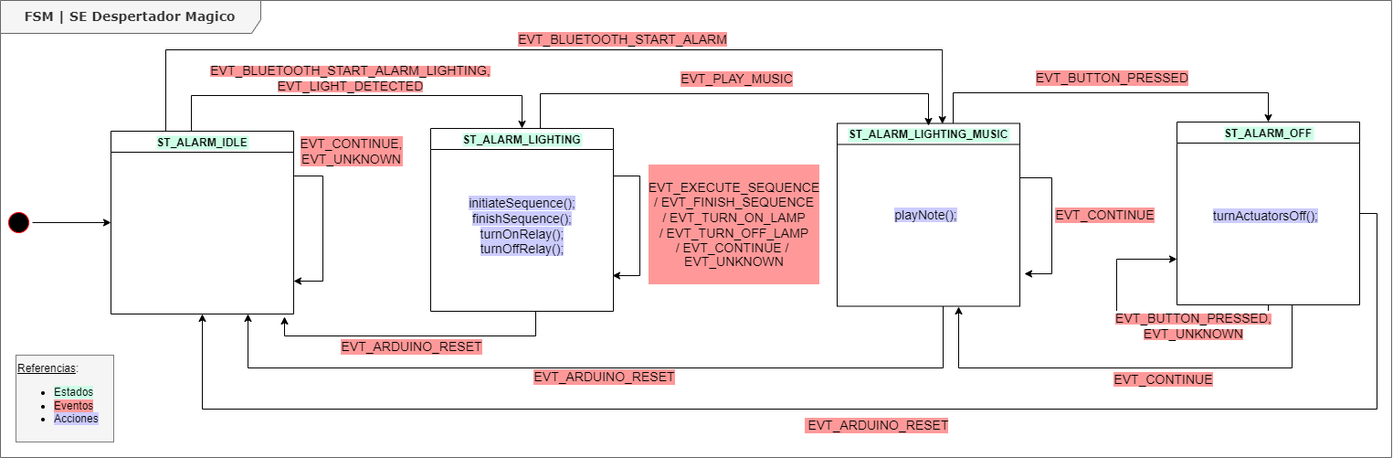
Earlier version of the draw.io export ARDUINO/Img/FSM_Magic_Alarm_Diagrama-de-Estados.png (noelisasha/magic-alarm). Source tidied: cells renumbered, new cells last; positions are measured from the earlier drawing's top-left corner, leaving out a move shared by most shapes.
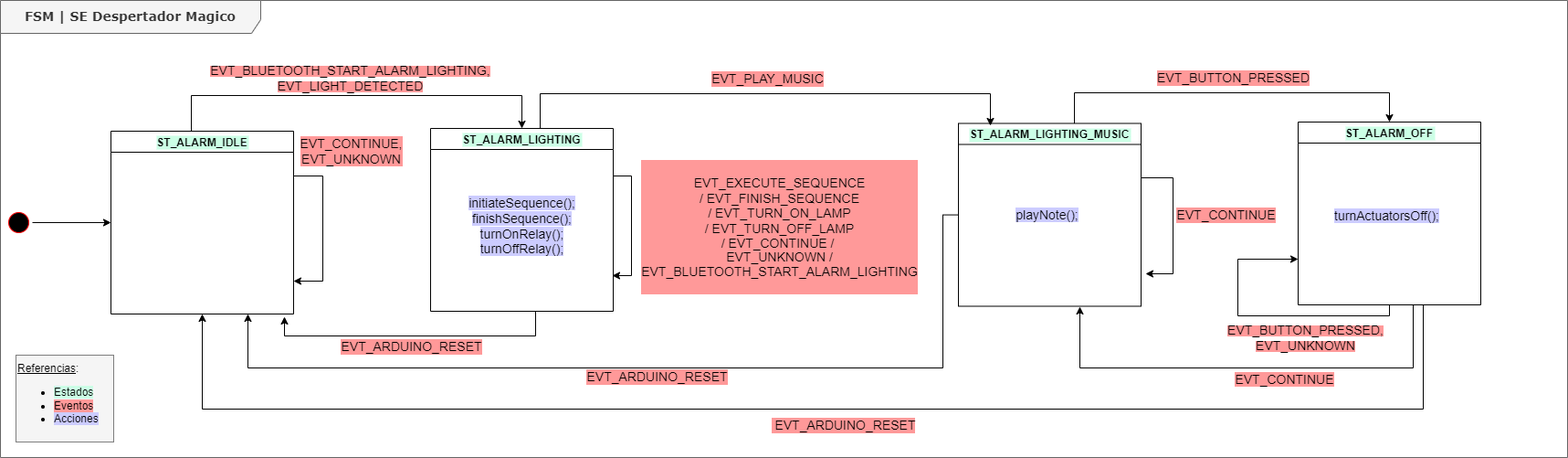
The same diagram one commit later.

The edit, as a diff of the source:
```diff
@@ -3,7 +3,7 @@
     <mxCell id="0" />
     <mxCell id="1" parent="0" />
     <mxCell id="2" value="&lt;b&gt;&lt;font style=&quot;font-size: 14px&quot;&gt;FSM | SE Despertador Magico&lt;/font&gt;&lt;/b&gt;" style="shape=umlFrame;whiteSpace=wrap;html=1;rounded=1;shadow=0;comic=0;labelBackgroundColor=none;strokeWidth=1;fontFamily=Verdana;fontSize=12;align=center;width=285;height=36;fillColor=#f5f5f5;fontColor=#333333;strokeColor=#666666;" parent="1" vertex="1">
-      <mxGeometry width="1523" height="500" as="geometry" />
+      <mxGeometry width="1716" height="500" as="geometry" />
     </mxCell>
     <mxCell id="3" style="edgeStyle=orthogonalEdgeStyle;rounded=0;jettySize=auto;html=1;entryX=0;entryY=0.5;entryDx=0;entryDy=0;fontColor=#000000;" parent="1" edge="1" source="4" target="10">
       <mxGeometry relative="1" as="geometry" />
@@ -33,27 +33,14 @@
         <mxPoint x="-10" y="-26" as="offset" />
       </mxGeometry>
     </mxCell>
-    <mxCell id="8" style="edgeStyle=orthogonalEdgeStyle;rounded=0;jettySize=auto;html=1;entryX=0.576;entryY=0.003;entryDx=0;entryDy=0;entryPerimeter=0;" parent="1" edge="1" source="10" target="14">
-      <mxGeometry relative="1" as="geometry">
-        <Array as="points">
-          <mxPoint x="181" y="54" />
-          <mxPoint x="1031" y="54" />
-        </Array>
-      </mxGeometry>
-    </mxCell>
-    <mxCell id="9" value="&lt;span style=&quot;background-color: rgb(255, 153, 153); font-size: 14px;&quot;&gt;EVT_BLUETOOTH_START_ALARM&lt;/span&gt;" style="edgeLabel;html=1;align=center;verticalAlign=middle;fontSize=14;" parent="8" vertex="1">
-      <mxGeometry x="0.27" y="-1" relative="1" as="geometry">
-        <mxPoint x="-60" y="-13" as="offset" />
-      </mxGeometry>
-    </mxCell>
     <mxCell id="10" value="ST_ALARM_IDLE" style="swimlane;labelBackgroundColor=#CCFFE6;fontColor=#000000;" parent="1" vertex="1">
       <mxGeometry x="121" y="143" width="200" height="200" as="geometry" />
     </mxCell>
     <mxCell id="11" value="&lt;font style=&quot;font-size: 14px&quot;&gt;EVT_BUTTON_PRESSED&lt;/font&gt;" style="edgeStyle=orthogonalEdgeStyle;rounded=0;jettySize=auto;html=1;labelBackgroundColor=#FF9999;fontColor=#000000;" parent="1" edge="1" source="14" target="19">
       <mxGeometry x="0.01" y="16" relative="1" as="geometry">
         <Array as="points">
-          <mxPoint x="1043" y="101" />
-          <mxPoint x="1388" y="101" />
+          <mxPoint x="1176" y="101" />
+          <mxPoint x="1521" y="101" />
         </Array>
       </mxGeometry>
     </mxCell>
@@ -68,15 +55,15 @@
     </mxCell>
     <mxCell id="13" value="&lt;span style=&quot;color: rgb(0 , 0 , 0) ; font-family: &amp;quot;helvetica&amp;quot; ; font-size: 14px ; font-style: normal ; font-weight: 400 ; letter-spacing: normal ; text-align: center ; text-indent: 0px ; text-transform: none ; word-spacing: 0px ; background-color: rgb(255 , 153 , 153) ; display: inline ; float: none&quot;&gt;EVT_CONTINUE&lt;/span&gt;" style="edgeStyle=orthogonalEdgeStyle;rounded=0;jettySize=auto;html=1;labelBackgroundColor=#FF9999;fontSize=14;fontColor=#000000;" parent="1" edge="1" source="14">
       <mxGeometry x="-0.11" y="58" relative="1" as="geometry">
-        <mxPoint x="1121" y="299" as="targetPoint" />
+        <mxPoint x="1254" y="299" as="targetPoint" />
         <Array as="points">
-          <mxPoint x="1151" y="194" />
-          <mxPoint x="1151" y="299" />
+          <mxPoint x="1284" y="194" />
+          <mxPoint x="1284" y="299" />
         </Array>
       </mxGeometry>
     </mxCell>
     <mxCell id="14" value="ST_ALARM_LIGHTING_MUSIC" style="swimlane;labelBackgroundColor=#CCFFE6;fontColor=#000000;" parent="1" vertex="1">
-      <mxGeometry x="916" y="134.5" width="200" height="200" as="geometry" />
+      <mxGeometry x="1049" y="134.5" width="200" height="200" as="geometry" />
     </mxCell>
     <mxCell id="15" value="&lt;span style=&quot;background-color: rgb(204 , 204 , 255)&quot;&gt;playNote();&lt;/span&gt;" style="text;html=1;strokeColor=none;fillColor=none;align=center;verticalAlign=middle;whiteSpace=wrap;rounded=0;labelBackgroundColor=none;fontSize=14;fontColor=#000000;" parent="14" vertex="1">
       <mxGeometry x="22" y="39.5" width="151" height="121" as="geometry" />
@@ -84,20 +71,19 @@
     <mxCell id="16" value="&lt;font style=&quot;&quot;&gt;&lt;font face=&quot;helvetica&quot;&gt;&lt;span style=&quot;font-size: 14px;&quot;&gt;&amp;nbsp;EVT_ARDUINO_RESET&lt;/span&gt;&lt;/font&gt;&lt;/font&gt;" style="edgeStyle=orthogonalEdgeStyle;rounded=0;jettySize=auto;html=1;entryX=0.5;entryY=1;entryDx=0;entryDy=0;labelBackgroundColor=#FF9999;fontColor=#000000;" parent="1" edge="1" source="19" target="10">
       <mxGeometry x="-0.04" y="18" relative="1" as="geometry">
         <Array as="points">
-          <mxPoint x="1507" y="233" />
-          <mxPoint x="1507" y="447" />
+          <mxPoint x="1558" y="447" />
           <mxPoint x="221" y="447" />
         </Array>
       </mxGeometry>
     </mxCell>
     <mxCell id="17" style="edgeStyle=orthogonalEdgeStyle;rounded=0;jettySize=auto;html=1;fontSize=14;exitX=0.25;exitY=1;exitDx=0;exitDy=0;strokeColor=#000000;fontColor=#FF9999;" parent="1" edge="1" source="19">
       <mxGeometry relative="1" as="geometry">
-        <mxPoint x="1049" y="335" as="targetPoint" />
+        <mxPoint x="1182" y="335" as="targetPoint" />
         <Array as="points">
-          <mxPoint x="1414" y="333" />
-          <mxPoint x="1414" y="402" />
-          <mxPoint x="1049" y="402" />
-          <mxPoint x="1049" y="335" />
+          <mxPoint x="1547" y="333" />
+          <mxPoint x="1547" y="402" />
+          <mxPoint x="1182" y="402" />
+          <mxPoint x="1182" y="335" />
         </Array>
       </mxGeometry>
     </mxCell>
@@ -107,15 +93,14 @@
       </mxGeometry>
     </mxCell>
     <mxCell id="19" value="ST_ALARM_OFF" style="swimlane;labelBackgroundColor=#CCFFE6;fontColor=#000000;" parent="1" vertex="1">
-      <mxGeometry x="1288" y="133" width="200" height="200" as="geometry" />
+      <mxGeometry x="1421" y="133" width="200" height="200" as="geometry" />
     </mxCell>
     <mxCell id="20" value="&lt;font style=&quot;font-size: 14px&quot;&gt;EVT_PLAY_MUSIC&lt;/font&gt;" style="edgeStyle=orthogonalEdgeStyle;rounded=0;jettySize=auto;html=1;labelBackgroundColor=#FF9999;fontColor=#000000;" parent="1" edge="1" source="22">
       <mxGeometry x="0.02" y="16" relative="1" as="geometry">
-        <mxPoint x="1016" y="137" as="targetPoint" />
+        <mxPoint x="1084" y="137" as="targetPoint" />
         <Array as="points">
           <mxPoint x="591" y="102" />
-          <mxPoint x="1016" y="102" />
-          <mxPoint x="1016" y="133" />
+          <mxPoint x="1084" y="102" />
         </Array>
       </mxGeometry>
     </mxCell>
@@ -135,25 +120,24 @@
     <mxCell id="23" value="&lt;div style=&quot;font-size: 14px;&quot;&gt;&lt;span style=&quot;background-color: rgb(204, 204, 255); font-size: 14px;&quot;&gt;initiateSequence();&lt;/span&gt;&lt;/div&gt;&lt;div style=&quot;font-size: 14px;&quot;&gt;&lt;span style=&quot;background-color: rgb(204, 204, 255); font-size: 14px;&quot;&gt;finishSequence();&lt;/span&gt;&lt;/div&gt;&lt;div style=&quot;font-size: 14px;&quot;&gt;&lt;span style=&quot;background-color: rgb(204, 204, 255); font-size: 14px;&quot;&gt;turnOnRelay();&lt;/span&gt;&lt;/div&gt;&lt;div style=&quot;font-size: 14px;&quot;&gt;&lt;span style=&quot;background-color: rgb(204, 204, 255); font-size: 14px;&quot;&gt;turnOffRelay();&lt;/span&gt;&lt;/div&gt;" style="text;html=1;strokeColor=none;fillColor=none;align=center;verticalAlign=middle;whiteSpace=wrap;rounded=0;labelBackgroundColor=none;fontSize=14;fontColor=#000000;" parent="22" vertex="1">
       <mxGeometry x="24.5" y="46" width="151" height="121" as="geometry" />
     </mxCell>
-    <mxCell id="24" value="&lt;font style=&quot;line-height: 1.2;&quot;&gt;&lt;span style=&quot;text-align: center; text-indent: 0px; background-color: rgb(255, 153, 153); display: inline; float: none;&quot;&gt;&lt;font style=&quot;font-size: 14px;&quot; face=&quot;helvetica&quot;&gt;&lt;br&gt;EVT_EXECUTE_SEQUENCE&lt;br&gt;&lt;/font&gt;/&amp;nbsp;&lt;font style=&quot;font-size: 14px;&quot; face=&quot;helvetica&quot;&gt;EVT_FINISH_SEQUENCE&lt;br&gt;&lt;/font&gt;&lt;div style=&quot;font-size: 14px;&quot;&gt;/ EVT_TURN_ON_LAMP&lt;/div&gt;&lt;div style=&quot;font-size: 14px;&quot;&gt;/ EVT_TURN_OFF_LAMP&lt;/div&gt;&lt;div style=&quot;font-size: 14px; line-height: 1.1;&quot;&gt;/ EVT_CONTINUE /&amp;nbsp;&lt;/div&gt;&lt;div style=&quot;font-size: 14px; line-height: 1.1;&quot;&gt;EVT_UNKNOWN&lt;br&gt;&lt;/div&gt;&lt;/span&gt;&lt;br&gt;&lt;/font&gt;" style="edgeStyle=orthogonalEdgeStyle;rounded=0;jettySize=auto;html=1;labelBackgroundColor=#FF9999;fontSize=14;fontColor=#000000;" parent="1" edge="1" source="22">
-      <mxGeometry x="-0.02" y="103" relative="1" as="geometry">
+    <mxCell id="24" value="&lt;font style=&quot;line-height: 1.2;&quot;&gt;&lt;span style=&quot;text-align: center; text-indent: 0px; background-color: rgb(255, 153, 153); display: inline; float: none;&quot;&gt;&lt;font style=&quot;font-size: 14px;&quot; face=&quot;helvetica&quot;&gt;&lt;br&gt;EVT_EXECUTE_SEQUENCE&lt;br&gt;&lt;/font&gt;/&amp;nbsp;&lt;font style=&quot;font-size: 14px;&quot; face=&quot;helvetica&quot;&gt;EVT_FINISH_SEQUENCE&lt;br&gt;&lt;/font&gt;&lt;div style=&quot;font-size: 14px;&quot;&gt;/ EVT_TURN_ON_LAMP&lt;/div&gt;&lt;div style=&quot;font-size: 14px;&quot;&gt;/ EVT_TURN_OFF_LAMP&lt;/div&gt;&lt;div style=&quot;font-size: 14px; line-height: 1.1;&quot;&gt;/ EVT_CONTINUE /&amp;nbsp;&lt;/div&gt;&lt;div style=&quot;font-size: 14px; line-height: 1.1;&quot;&gt;EVT_UNKNOWN /&lt;br&gt;&lt;/div&gt;&lt;div style=&quot;line-height: 1.1;&quot;&gt;EVT_BLUETOOTH_START_ALARM_LIGHTING&lt;br&gt;&lt;/div&gt;&lt;/span&gt;&lt;br&gt;&lt;/font&gt;" style="edgeStyle=orthogonalEdgeStyle;rounded=0;jettySize=auto;html=1;labelBackgroundColor=#FF9999;fontSize=14;fontColor=#000000;" parent="1" edge="1" source="22">
+      <mxGeometry x="0.01" y="162" relative="1" as="geometry">
         <mxPoint x="670" y="301" as="targetPoint" />
         <Array as="points">
-          <mxPoint x="700" y="192" />
-          <mxPoint x="700" y="301" />
+          <mxPoint x="691" y="192" />
+          <mxPoint x="691" y="301" />
         </Array>
-        <mxPoint y="1" as="offset" />
       </mxGeometry>
     </mxCell>
     <mxCell id="25" value="&lt;span style=&quot;background-color: rgb(204 , 204 , 255)&quot;&gt;turnActuatorsOff();&lt;/span&gt;" style="text;html=1;strokeColor=none;fillColor=none;align=center;verticalAlign=middle;whiteSpace=wrap;rounded=0;labelBackgroundColor=none;fontSize=14;fontColor=#000000;" parent="1" vertex="1">
-      <mxGeometry x="1310" y="175.5" width="151" height="121" as="geometry" />
+      <mxGeometry x="1443" y="175.5" width="151" height="121" as="geometry" />
     </mxCell>
     <mxCell id="26" value="&lt;span style=&quot;orphans: 2; text-align: center; text-indent: 0px; widows: 2; background-color: rgb(255, 153, 153); text-decoration-thickness: initial; text-decoration-style: initial; text-decoration-color: initial; float: none; display: inline !important;&quot;&gt;&lt;span style=&quot;font-size: 14px;&quot;&gt;EVT_BUTTON_PRESSED,&lt;/span&gt;&lt;br&gt;&lt;span style=&quot;font-size: 14px;&quot;&gt;EVT_UNKNOWN&lt;/span&gt;&lt;br&gt;&lt;/span&gt;" style="edgeStyle=orthogonalEdgeStyle;rounded=0;orthogonalLoop=1;jettySize=auto;html=1;entryX=0;entryY=0.75;entryDx=0;entryDy=0;" parent="1" edge="1" source="19" target="19">
-      <mxGeometry x="-0.39" y="11" relative="1" as="geometry">
+      <mxGeometry x="-0.32" y="24" relative="1" as="geometry">
         <Array as="points">
-          <mxPoint x="1388" y="345" />
-          <mxPoint x="1222" y="345" />
-          <mxPoint x="1222" y="283" />
+          <mxPoint x="1521" y="345" />
+          <mxPoint x="1355" y="345" />
+          <mxPoint x="1355" y="283" />
         </Array>
       </mxGeometry>
     </mxCell>
```
